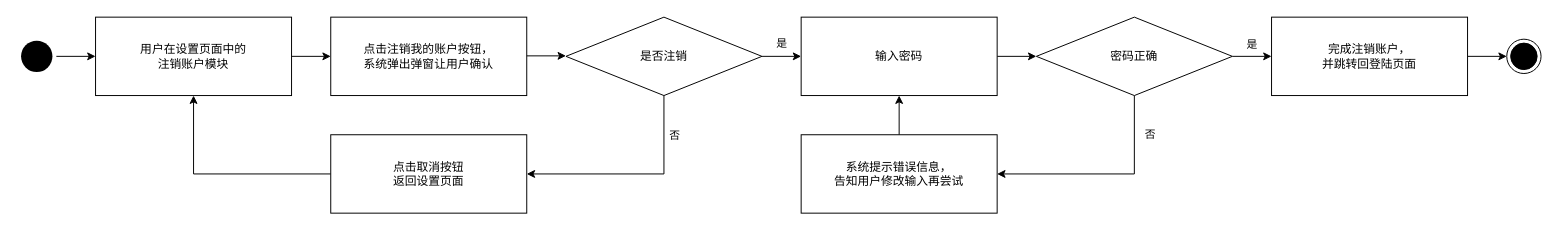
Earlier version of the draw.io diagram page "3.5" (5 of 33) of Document/概要设计报告/流程图/概要设计流程.drawio (jeremyytann/BUAA-SE-LetStudy). Source tidied: cells renumbered, new cells numbered last; positions are measured from the earlier drawing's top-left corner, leaving out a move shared by most shapes. Both pictures are drawn from the tidied source at 98%, with x=0, y=0 at pixel (17, 17).
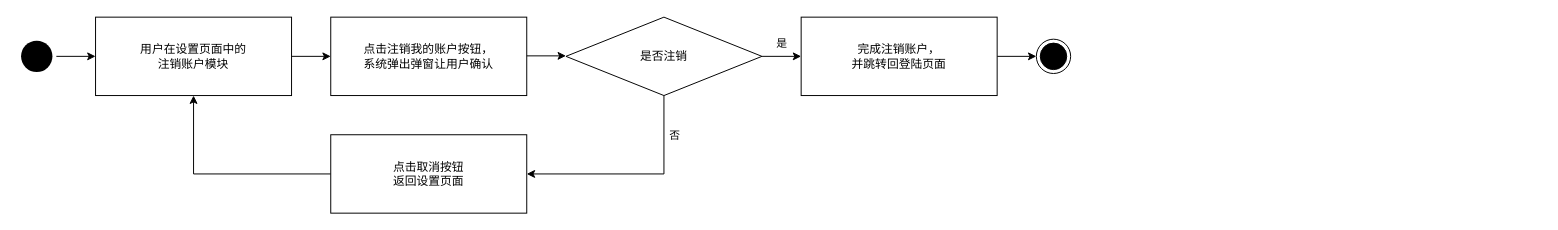
The same diagram, later.

The change refers to these unchanged cells:
```xml
<mxCell id="8" value="是否注销" style="rhombus;whiteSpace=wrap;html=1;" parent="1" vertex="1">
  <mxGeometry x="560" width="200" height="80" as="geometry" />
</mxCell>
```

The edit, as a diff of the source:
```diff
@@
-    <mxCell id="6" style="edgeStyle=orthogonalEdgeStyle;rounded=0;jettySize=auto;html=1;" parent="1" edge="1" source="8" target="19">
+    <mxCell id="6" style="edgeStyle=orthogonalEdgeStyle;rounded=0;jettySize=auto;html=1;entryX=0;entryY=0.5;entryDx=0;entryDy=0;" parent="1" edge="1" source="8" target="12">
       <mxGeometry relative="1" as="geometry" />
     </mxCell>
@@
     <mxCell id="12" value="完成注销账户，&lt;br&gt;并跳转回登陆页面" style="rounded=0;whiteSpace=wrap;html=1;fontSize=12;glass=0;strokeWidth=1;shadow=0;" parent="1" vertex="1">
-      <mxGeometry x="1280" width="200" height="80" as="geometry" />
+      <mxGeometry x="800" width="200" height="80" as="geometry" />
     </mxCell>
@@
     <mxCell id="17" style="ellipse;html=1;shape=endState;fillColor=#000000;strokeColor=#000000;" parent="1" vertex="1">
-      <mxGeometry x="1520" y="22.5" width="35" height="35" as="geometry" />
+      <mxGeometry x="1040" y="22.5" width="35" height="35" as="geometry" />
     </mxCell>
-    <mxCell id="18" style="edgeStyle=orthogonalEdgeStyle;rounded=0;jettySize=auto;html=1;" parent="1" edge="1" source="19" target="24">
-      <mxGeometry relative="1" as="geometry" />
-    </mxCell>
-    <mxCell id="19" value="输入密码" style="rounded=0;whiteSpace=wrap;html=1;fontSize=12;glass=0;strokeWidth=1;shadow=0;" parent="1" vertex="1">
-      <mxGeometry x="800" width="200" height="80" as="geometry" />
-    </mxCell>
-    <mxCell id="20" style="edgeStyle=orthogonalEdgeStyle;rounded=0;jettySize=auto;html=1;" parent="1" edge="1" source="24" target="12">
-      <mxGeometry relative="1" as="geometry" />
-    </mxCell>
-    <mxCell id="21" value="是" style="edgeLabel;html=1;align=center;verticalAlign=middle;" parent="20" vertex="1">
-      <mxGeometry x="-0.31" y="1" relative="1" as="geometry">
-        <mxPoint x="5" y="-12" as="offset" />
-      </mxGeometry>
-    </mxCell>
-    <mxCell id="22" style="edgeStyle=orthogonalEdgeStyle;rounded=0;jettySize=auto;html=1;exitX=0.5;exitY=1;exitDx=0;exitDy=0;entryX=1;entryY=0.5;entryDx=0;entryDy=0;" parent="1" edge="1" source="24" target="26">
-      <mxGeometry relative="1" as="geometry" />
-    </mxCell>
-    <mxCell id="23" value="否" style="edgeLabel;html=1;align=center;verticalAlign=middle;" parent="22" vertex="1">
-      <mxGeometry x="-0.69" y="-4" relative="1" as="geometry">
-        <mxPoint x="19" y="5" as="offset" />
-      </mxGeometry>
-    </mxCell>
-    <mxCell id="24" value="密码正确" style="rhombus;whiteSpace=wrap;html=1;" parent="1" vertex="1">
-      <mxGeometry x="1040" width="200" height="80" as="geometry" />
-    </mxCell>
-    <mxCell id="25" style="edgeStyle=orthogonalEdgeStyle;rounded=0;jettySize=auto;html=1;" parent="1" edge="1" source="26" target="19">
-      <mxGeometry relative="1" as="geometry" />
-    </mxCell>
-    <mxCell id="26" value="系统提示错误信息，&lt;br&gt;告知用户修改输入再尝试" style="rounded=0;whiteSpace=wrap;html=1;fontSize=12;glass=0;strokeWidth=1;shadow=0;" parent="1" vertex="1">
-      <mxGeometry x="800" y="120" width="200" height="80" as="geometry" />
-    </mxCell>
```
